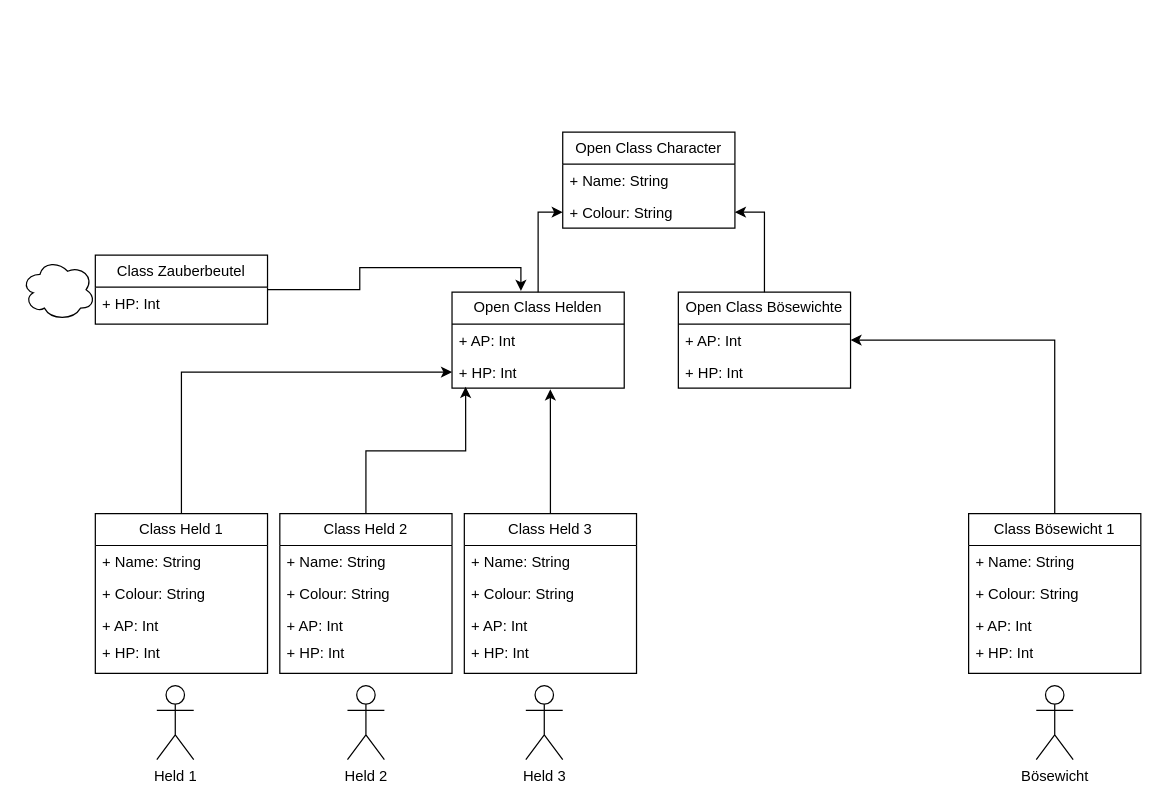
Above: Unbenanntes Diagramm.drawio in DanielGabler/DanielGabler (draw.io), before the change. Source tidied: cells renumbered, new cells numbered last; positions are measured from the earlier drawing's top-left corner, leaving out a move shared by most shapes. Both pictures are drawn from the tidied source at 123%, with x=0, y=0 at pixel (21, 132).
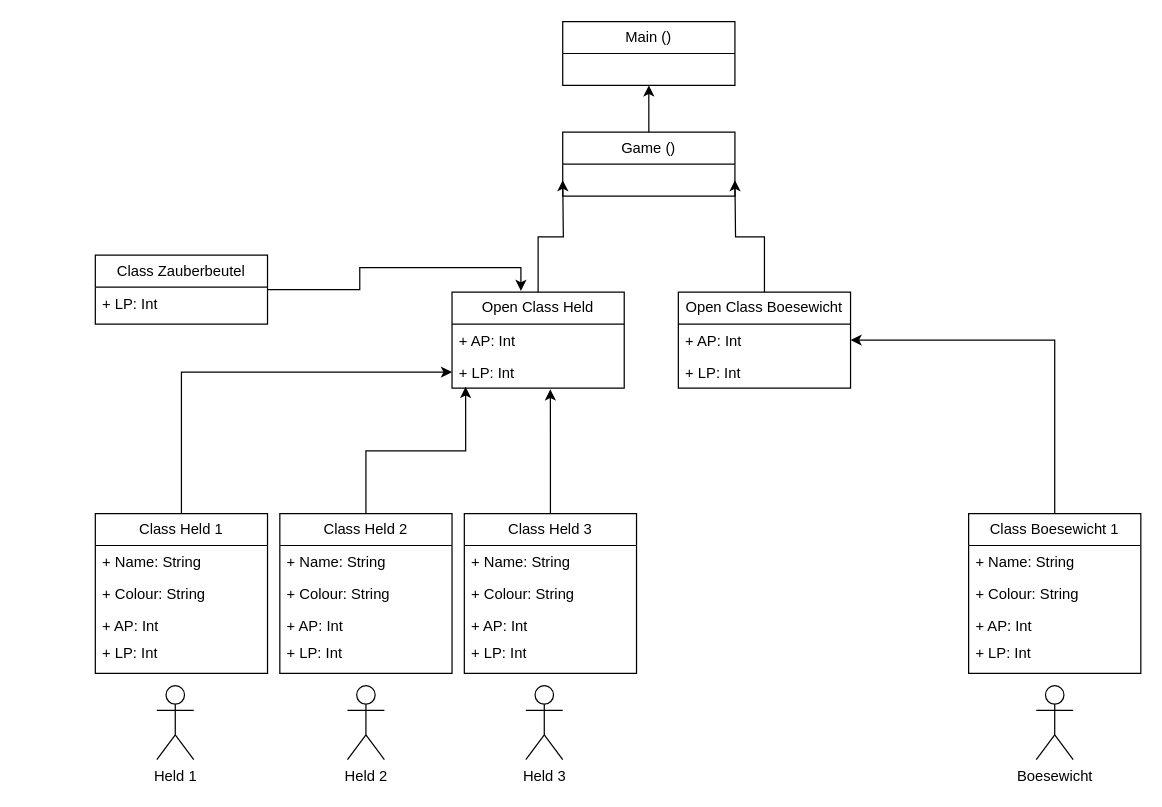
The same page after the edit.

The change refers to these unchanged cells:
```xml
<mxCell id="20" value="Class Held 1" style="swimlane;fontStyle=0;horizontal=1;startSize=26;fillColor=none;whiteSpace=wrap;html=1;" parent="1" vertex="1">
  <mxGeometry x="60" y="310" width="140" height="130" as="geometry" />
</mxCell>
<mxCell id="25" value="Class Held 2" style="swimlane;fontStyle=0;horizontal=1;startSize=26;fillColor=none;whiteSpace=wrap;html=1;" parent="1" vertex="1">
  <mxGeometry x="210" y="310" width="140" height="130" as="geometry" />
</mxCell>
<mxCell id="30" value="Class Held 3" style="swimlane;fontStyle=0;horizontal=1;startSize=26;fillColor=none;whiteSpace=wrap;html=1;" parent="1" vertex="1">
  <mxGeometry x="360" y="310" width="140" height="130" as="geometry" />
</mxCell>
<mxCell id="35" value="Class Zauberbeutel" style="swimlane;fontStyle=0;horizontal=1;startSize=26;fillColor=none;whiteSpace=wrap;html=1;" parent="1" vertex="1">
  <mxGeometry x="60" y="100" width="140" height="56" as="geometry" />
</mxCell>
```

Diff of the diagram source:
```diff
@@
+    <mxCell id="45" style="edgeStyle=orthogonalEdgeStyle;rounded=0;jettySize=auto;html=1;entryX=0.5;entryY=1;entryDx=0;entryDy=0;" parent="1" edge="1" source="2" target="46">
+      <mxGeometry relative="1" as="geometry" />
+    </mxCell>
-    <mxCell id="2" value="Open Class Character" style="swimlane;fontStyle=0;horizontal=1;startSize=26;fillColor=none;whiteSpace=wrap;html=1;" parent="1" vertex="1">
-      <mxGeometry x="440" width="140" height="78" as="geometry" />
+    <mxCell id="2" value="Game ()" style="swimlane;fontStyle=0;horizontal=1;startSize=26;fillColor=none;whiteSpace=wrap;html=1;" parent="1" vertex="1">
+      <mxGeometry x="440" width="140" height="52" as="geometry" />
     </mxCell>
-    <mxCell id="3" value="+ Name: String" style="text;strokeColor=none;fillColor=none;align=left;verticalAlign=top;spacingLeft=4;spacingRight=4;overflow=hidden;whiteSpace=wrap;html=1;" parent="2" vertex="1">
-      <mxGeometry y="26" width="140" height="26" as="geometry" />
-    </mxCell>
-    <mxCell id="4" value="+ Colour: String" style="text;strokeColor=none;fillColor=none;align=left;verticalAlign=top;spacingLeft=4;spacingRight=4;overflow=hidden;points=[[0,0.5],[1,0.5]];portConstraint=eastwest;whiteSpace=wrap;html=1;" parent="2" vertex="1">
-      <mxGeometry y="52" width="140" height="26" as="geometry" />
-    </mxCell>
-    <mxCell id="5" style="edgeStyle=orthogonalEdgeStyle;rounded=0;jettySize=auto;html=1;" parent="1" edge="1" source="6" target="4">
-      <mxGeometry relative="1" as="geometry" />
+    <mxCell id="5" style="edgeStyle=orthogonalEdgeStyle;rounded=0;jettySize=auto;html=1;" parent="1" edge="1" source="6">
+      <mxGeometry relative="1" as="geometry">
+        <mxPoint x="440" y="39" as="targetPoint" />
+      </mxGeometry>
     </mxCell>
-    <mxCell id="6" value="Open Class Helden" style="swimlane;fontStyle=0;horizontal=1;startSize=26;fillColor=none;whiteSpace=wrap;html=1;" parent="1" vertex="1">
+    <mxCell id="6" value="Open Class Held" style="swimlane;fontStyle=0;horizontal=1;startSize=26;fillColor=none;whiteSpace=wrap;html=1;" parent="1" vertex="1">
       <mxGeometry x="350" y="130" width="140" height="78" as="geometry" />
     </mxCell>
@@
-    <mxCell id="8" value="+ HP: Int" style="text;strokeColor=none;fillColor=none;align=left;verticalAlign=top;spacingLeft=4;spacingRight=4;overflow=hidden;points=[[0,0.5],[1,0.5]];portConstraint=eastwest;whiteSpace=wrap;html=1;" parent="6" vertex="1">
+    <mxCell id="8" value="+ LP: Int" style="text;strokeColor=none;fillColor=none;align=left;verticalAlign=top;spacingLeft=4;spacingRight=4;overflow=hidden;points=[[0,0.5],[1,0.5]];portConstraint=eastwest;whiteSpace=wrap;html=1;" parent="6" vertex="1">
       <mxGeometry y="52" width="140" height="26" as="geometry" />
     </mxCell>
-    <mxCell id="9" style="edgeStyle=orthogonalEdgeStyle;rounded=0;jettySize=auto;html=1;entryX=1;entryY=0.5;entryDx=0;entryDy=0;" parent="1" edge="1" source="10" target="4">
-      <mxGeometry relative="1" as="geometry" />
+    <mxCell id="9" style="edgeStyle=orthogonalEdgeStyle;rounded=0;jettySize=auto;html=1;entryX=1;entryY=0.5;entryDx=0;entryDy=0;" parent="1" edge="1" source="10">
+      <mxGeometry relative="1" as="geometry">
+        <mxPoint x="580" y="39" as="targetPoint" />
+      </mxGeometry>
     </mxCell>
-    <mxCell id="10" value="Open Class Bösewichte" style="swimlane;fontStyle=0;horizontal=1;startSize=26;fillColor=none;whiteSpace=wrap;html=1;" parent="1" vertex="1">
+    <mxCell id="10" value="Open Class Boesewicht" style="swimlane;fontStyle=0;horizontal=1;startSize=26;fillColor=none;whiteSpace=wrap;html=1;" parent="1" vertex="1">
       <mxGeometry x="534" y="130" width="140" height="78" as="geometry" />
     </mxCell>
@@
-    <mxCell id="12" value="+ HP: Int" style="text;strokeColor=none;fillColor=none;align=left;verticalAlign=top;spacingLeft=4;spacingRight=4;overflow=hidden;whiteSpace=wrap;html=1;" parent="10" vertex="1">
+    <mxCell id="12" value="+ LP: Int" style="text;strokeColor=none;fillColor=none;align=left;verticalAlign=top;spacingLeft=4;spacingRight=4;overflow=hidden;whiteSpace=wrap;html=1;" parent="10" vertex="1">
       <mxGeometry y="52" width="140" height="26" as="geometry" />
     </mxCell>
@@
-    <mxCell id="14" value="Class Bösewicht 1" style="swimlane;fontStyle=0;horizontal=1;startSize=26;fillColor=none;whiteSpace=wrap;html=1;" parent="1" vertex="1">
+    <mxCell id="14" value="Class Boesewicht 1" style="swimlane;fontStyle=0;horizontal=1;startSize=26;fillColor=none;whiteSpace=wrap;html=1;" parent="1" vertex="1">
       <mxGeometry x="770" y="310" width="140" height="130" as="geometry" />
     </mxCell>
@@
-    <mxCell id="18" value="+ HP: Int" style="text;strokeColor=none;fillColor=none;align=left;verticalAlign=top;spacingLeft=4;spacingRight=4;overflow=hidden;whiteSpace=wrap;html=1;" parent="14" vertex="1">
+    <mxCell id="18" value="+ LP: Int" style="text;strokeColor=none;fillColor=none;align=left;verticalAlign=top;spacingLeft=4;spacingRight=4;overflow=hidden;whiteSpace=wrap;html=1;" parent="14" vertex="1">
       <mxGeometry y="100" width="140" height="30" as="geometry" />
     </mxCell>
@@
-    <mxCell id="24" value="+ HP: Int" style="text;strokeColor=none;fillColor=none;align=left;verticalAlign=top;spacingLeft=4;spacingRight=4;overflow=hidden;whiteSpace=wrap;html=1;" parent="20" vertex="1">
+    <mxCell id="24" value="+ LP: Int" style="text;strokeColor=none;fillColor=none;align=left;verticalAlign=top;spacingLeft=4;spacingRight=4;overflow=hidden;whiteSpace=wrap;html=1;" parent="20" vertex="1">
       <mxGeometry y="100" width="140" height="30" as="geometry" />
     </mxCell>
@@
-    <mxCell id="29" value="+ HP: Int" style="text;strokeColor=none;fillColor=none;align=left;verticalAlign=top;spacingLeft=4;spacingRight=4;overflow=hidden;whiteSpace=wrap;html=1;" parent="25" vertex="1">
+    <mxCell id="29" value="+ LP: Int" style="text;strokeColor=none;fillColor=none;align=left;verticalAlign=top;spacingLeft=4;spacingRight=4;overflow=hidden;whiteSpace=wrap;html=1;" parent="25" vertex="1">
       <mxGeometry y="100" width="140" height="30" as="geometry" />
     </mxCell>
@@
-    <mxCell id="34" value="+ HP: Int" style="text;strokeColor=none;fillColor=none;align=left;verticalAlign=top;spacingLeft=4;spacingRight=4;overflow=hidden;whiteSpace=wrap;html=1;" parent="30" vertex="1">
+    <mxCell id="34" value="+ LP: Int" style="text;strokeColor=none;fillColor=none;align=left;verticalAlign=top;spacingLeft=4;spacingRight=4;overflow=hidden;whiteSpace=wrap;html=1;" parent="30" vertex="1">
       <mxGeometry y="100" width="140" height="30" as="geometry" />
     </mxCell>
@@
-    <mxCell id="36" value="+ HP: Int" style="text;strokeColor=none;fillColor=none;align=left;verticalAlign=top;spacingLeft=4;spacingRight=4;overflow=hidden;whiteSpace=wrap;html=1;" parent="35" vertex="1">
+    <mxCell id="36" value="+ LP: Int" style="text;strokeColor=none;fillColor=none;align=left;verticalAlign=top;spacingLeft=4;spacingRight=4;overflow=hidden;whiteSpace=wrap;html=1;" parent="35" vertex="1">
       <mxGeometry y="26" width="140" height="30" as="geometry" />
     </mxCell>
@@
-    <mxCell id="43" value="Bösewicht" style="shape=umlActor;verticalLabelPosition=bottom;verticalAlign=top;html=1;" parent="1" vertex="1">
+    <mxCell id="43" value="Boesewicht" style="shape=umlActor;verticalLabelPosition=bottom;verticalAlign=top;html=1;" parent="1" vertex="1">
       <mxGeometry x="825" y="450" width="30" height="60" as="geometry" />
     </mxCell>
-    <mxCell id="44" style="ellipse;shape=cloud;whiteSpace=wrap;html=1;" parent="1" vertex="1">
-      <mxGeometry y="103" width="60" height="50" as="geometry" />
-    </mxCell>
+    <mxCell id="46" value="Main ()" style="swimlane;fontStyle=0;horizontal=1;startSize=26;fillColor=none;whiteSpace=wrap;html=1;" parent="1" vertex="1">
+      <mxGeometry x="440" y="-90" width="140" height="52" as="geometry" />
+    </mxCell>
```
